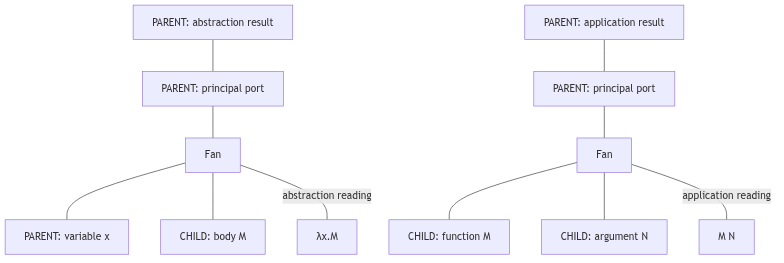
The Mermaid diagram diagrams/rendered/fan-readings.png in gavlooth/delta_net_abstract_machine, before a commit. Its source is kept beside it as diagrams/fan-readings.mmd. The source it was exported from:
```mermaid
flowchart TB
  R[PARENT: abstraction result] --- P[PARENT: principal port]
  P --- F[Fan]
  F --- V[PARENT: variable x]
  F --- B[CHILD: body M]
  F ---|abstraction reading| L[λx.M]

  AR[PARENT: application result] --- AP[PARENT: principal port]
  AP --- F2[Fan]
  F2 --- FN[CHILD: function M]
  F2 --- A[CHILD: argument N]
  F2 ---|application reading| APP[M N]
```
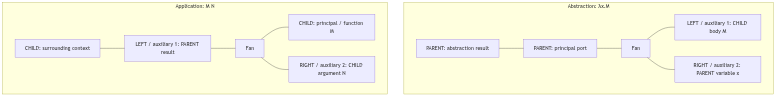
Above is the later version.

The edit, as a diff of the source:
```diff
@@ -1,12 +1,14 @@
 flowchart TB
-  R[PARENT: abstraction result] --- P[PARENT: principal port]
-  P --- F[Fan]
-  F --- V[PARENT: variable x]
-  F --- B[CHILD: body M]
-  F ---|abstraction reading| L[λx.M]
+  subgraph Abstraction[Abstraction: λx.M]
+    R[PARENT: abstraction result] --- P[PARENT: principal port]
+    P --- F[Fan]
+    F --- B[LEFT / auxiliary 1: CHILD body M]
+    F --- V[RIGHT / auxiliary 2: PARENT variable x]
+  end
 
-  AR[PARENT: application result] --- AP[PARENT: principal port]
-  AP --- F2[Fan]
-  F2 --- FN[CHILD: function M]
-  F2 --- A[CHILD: argument N]
-  F2 ---|application reading| APP[M N]
+  subgraph Application[Application: M N]
+    C[CHILD: surrounding context] --- R2[LEFT / auxiliary 1: PARENT result]
+    R2 --- F2[Fan]
+    F2 --- FN[CHILD: principal / function M]
+    F2 --- A[RIGHT / auxiliary 2: CHILD argument N]
+  end
```
